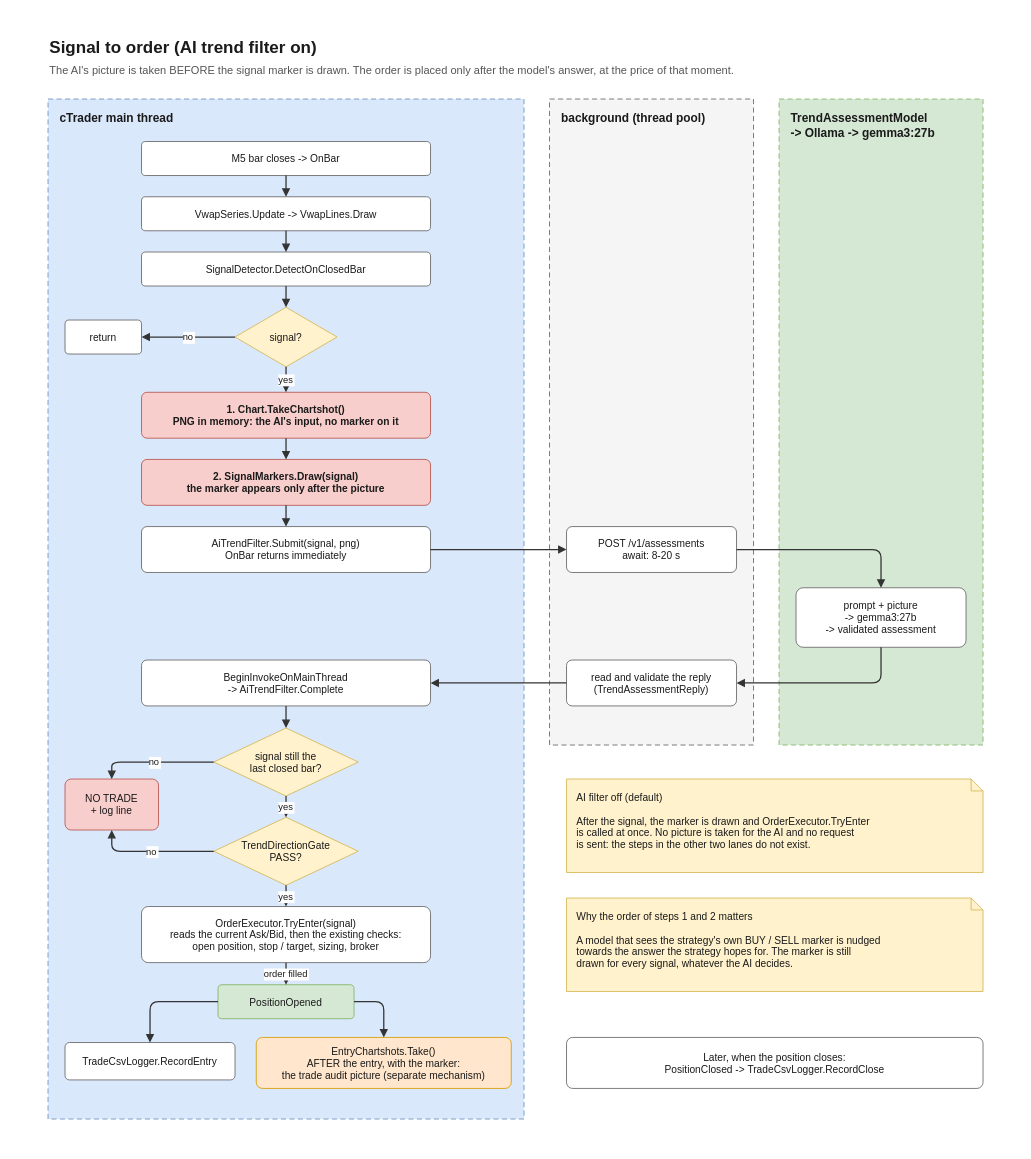
richardgong1987/VWAPTradeAI keeps this draw.io diagram as page "2. Signal to order" (2 of 6) of docs/architecture.drawio. Above is the earlier version. Source tidied: cells renumbered, new cells numbered last; positions are measured from the earlier drawing's top-left corner, leaving out a move shared by most shapes. Both pictures are drawn from the tidied source at 85%, with x=0, y=0 at pixel (14, 14).
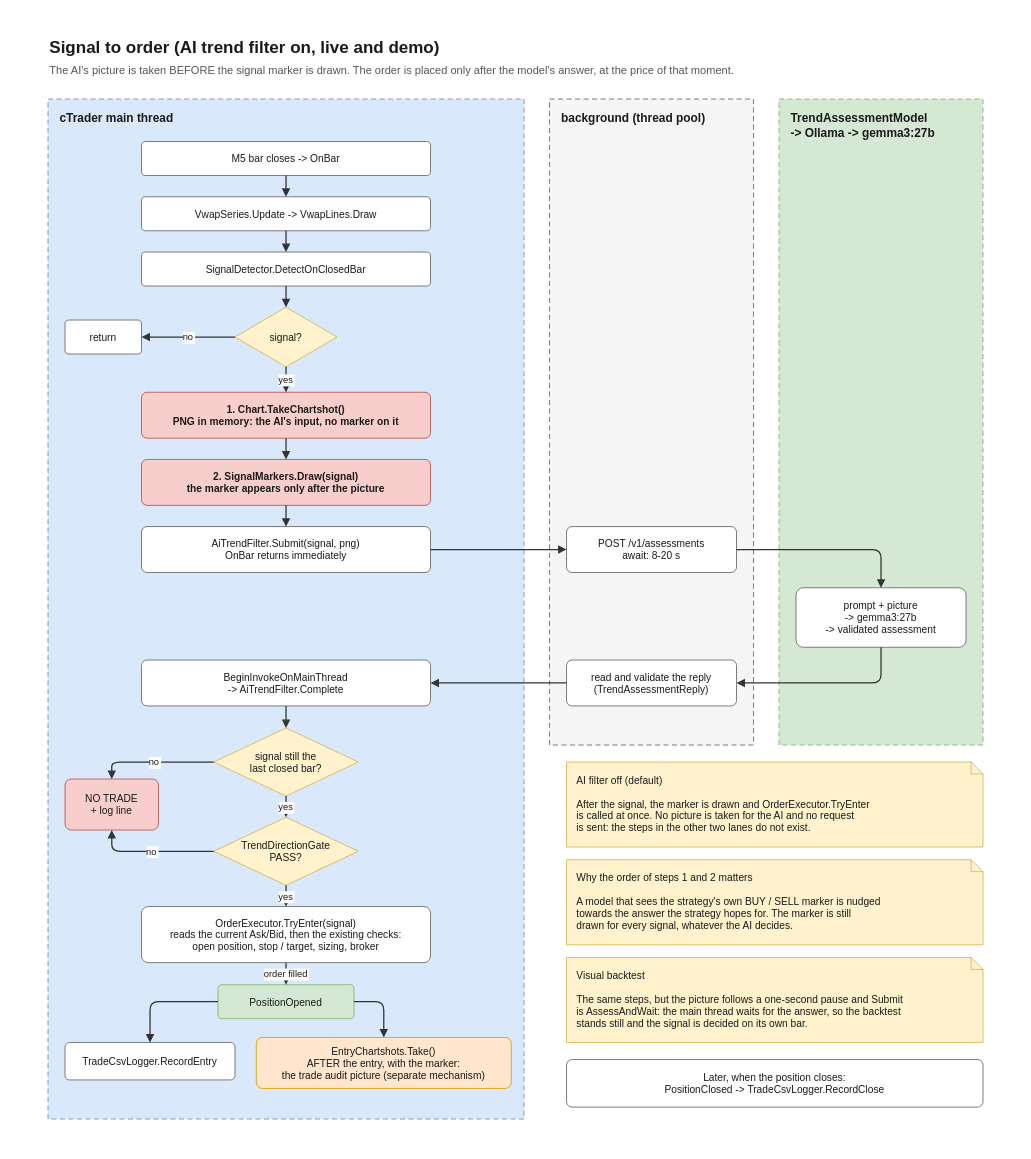
After the change.

What changed in the source:
```diff
@@
-    <mxCell id="3" value="Signal to order (AI trend filter on)" style="html=0;fontFamily=Helvetica;fontColor=#1a1a1a;text;strokeColor=none;fillColor=none;fontSize=20;fontStyle=1;align=left;verticalAlign=middle;" parent="1" vertex="1">
+    <mxCell id="3" value="Signal to order (AI trend filter on, live and demo)" style="html=0;fontFamily=Helvetica;fontColor=#1a1a1a;text;strokeColor=none;fillColor=none;fontSize=20;fontStyle=1;align=left;verticalAlign=middle;" parent="1" vertex="1">
       <mxGeometry x="40" y="20" width="1000" height="34" as="geometry" />
     </mxCell>
@@
     <mxCell id="46" value="Later, when the position closes:&#10;PositionClosed  -&gt;  TradeCsvLogger.RecordClose" style="html=0;fontFamily=Helvetica;fontColor=#1a1a1a;rounded=1;arcSize=12;fontSize=12;fillColor=#ffffff;strokeColor=#666666;" parent="1" vertex="1">
-      <mxGeometry x="650" y="1204" width="490" height="60" as="geometry" />
+      <mxGeometry x="650" y="1230" width="490" height="56" as="geometry" />
     </mxCell>
     <mxCell id="47" value="AI filter off (default)&#10;&#10;After the signal, the marker is drawn and OrderExecutor.TryEnter&#10;is called at once. No picture is taken for the AI and no request&#10;is sent: the steps in the other two lanes do not exist." style="html=0;fontFamily=Helvetica;fontColor=#1a1a1a;shape=note;size=14;fontSize=12;align=left;verticalAlign=top;spacingLeft=10;spacingTop=8;spacingRight=6;fillColor=#fff2cc;strokeColor=#d6b656;" parent="1" vertex="1">
-      <mxGeometry x="650" y="900" width="490" height="110" as="geometry" />
+      <mxGeometry x="650" y="880" width="490" height="100" as="geometry" />
     </mxCell>
     <mxCell id="48" value="Why the order of steps 1 and 2 matters&#10;&#10;A model that sees the strategy's own BUY / SELL marker is nudged&#10;towards the answer the strategy hopes for. The marker is still&#10;drawn for every signal, whatever the AI decides." style="html=0;fontFamily=Helvetica;fontColor=#1a1a1a;shape=note;size=14;fontSize=12;align=left;verticalAlign=top;spacingLeft=10;spacingTop=8;spacingRight=6;fillColor=#fff2cc;strokeColor=#d6b656;" parent="1" vertex="1">
-      <mxGeometry x="650" y="1040" width="490" height="110" as="geometry" />
+      <mxGeometry x="650" y="995" width="490" height="100" as="geometry" />
     </mxCell>
+    <mxCell id="49" value="Visual backtest&#10;&#10;The same steps, but the picture follows a one-second pause and Submit&#10;is AssessAndWait: the main thread waits for the answer, so the backtest&#10;stands still and the signal is decided on its own bar." style="html=0;fontFamily=Helvetica;fontColor=#1a1a1a;shape=note;size=14;fontSize=12;align=left;verticalAlign=top;spacingLeft=10;spacingTop=8;spacingRight=6;fillColor=#fff2cc;strokeColor=#d6b656;" parent="1" vertex="1">
+      <mxGeometry x="650" y="1110" width="490" height="100" as="geometry" />
+    </mxCell>
```
